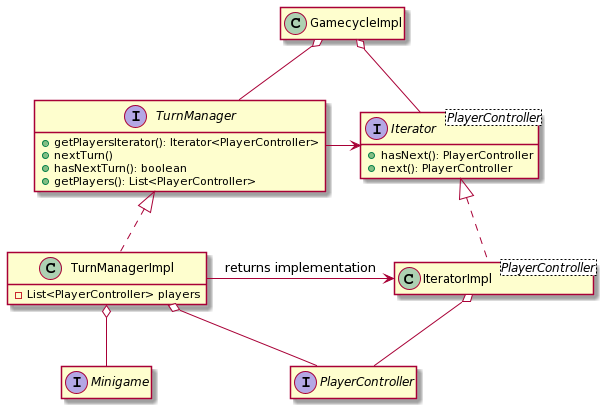
Above: doc/Relazione/images/freddi/TurnManager.png in RiccardoSquarcialupi/oop19-dpg (PlantUML), before the change.
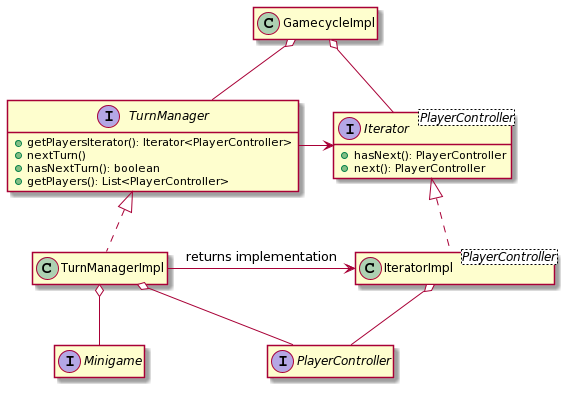
After the commit.

The edit, as a diff of the source:
```diff
@@ -9,9 +9,7 @@
     +hasNext(): PlayerController
     +next(): PlayerController
 }
-class TurnManagerImpl implements TurnManager {
-    -List<PlayerController> players
-}
+class TurnManagerImpl implements TurnManager
 class IteratorImpl<PlayerController> implements Iterator
 class GamecycleImpl
 
```
